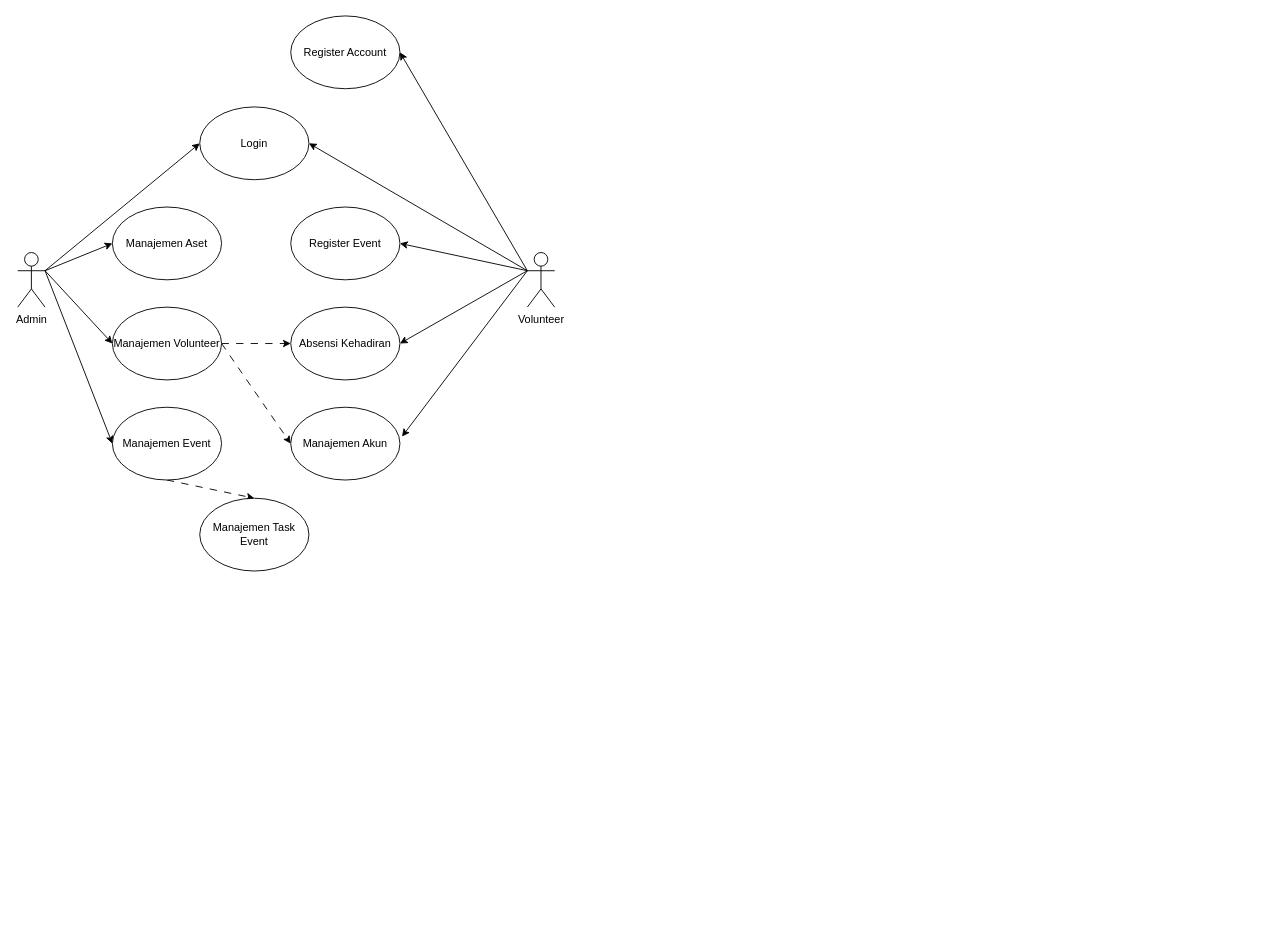
Earlier version of the draw.io diagram page "UseCase" (1 of 3) of diagram/Untitled Diagram.drawio (dzikfr/mpi). Source tidied: cells renumbered, new cells numbered last; positions are measured from the earlier drawing's top-left corner, leaving out a move shared by most shapes. Both pictures are drawn from the tidied source at 91%, with x=0, y=0 at pixel (17, 15).
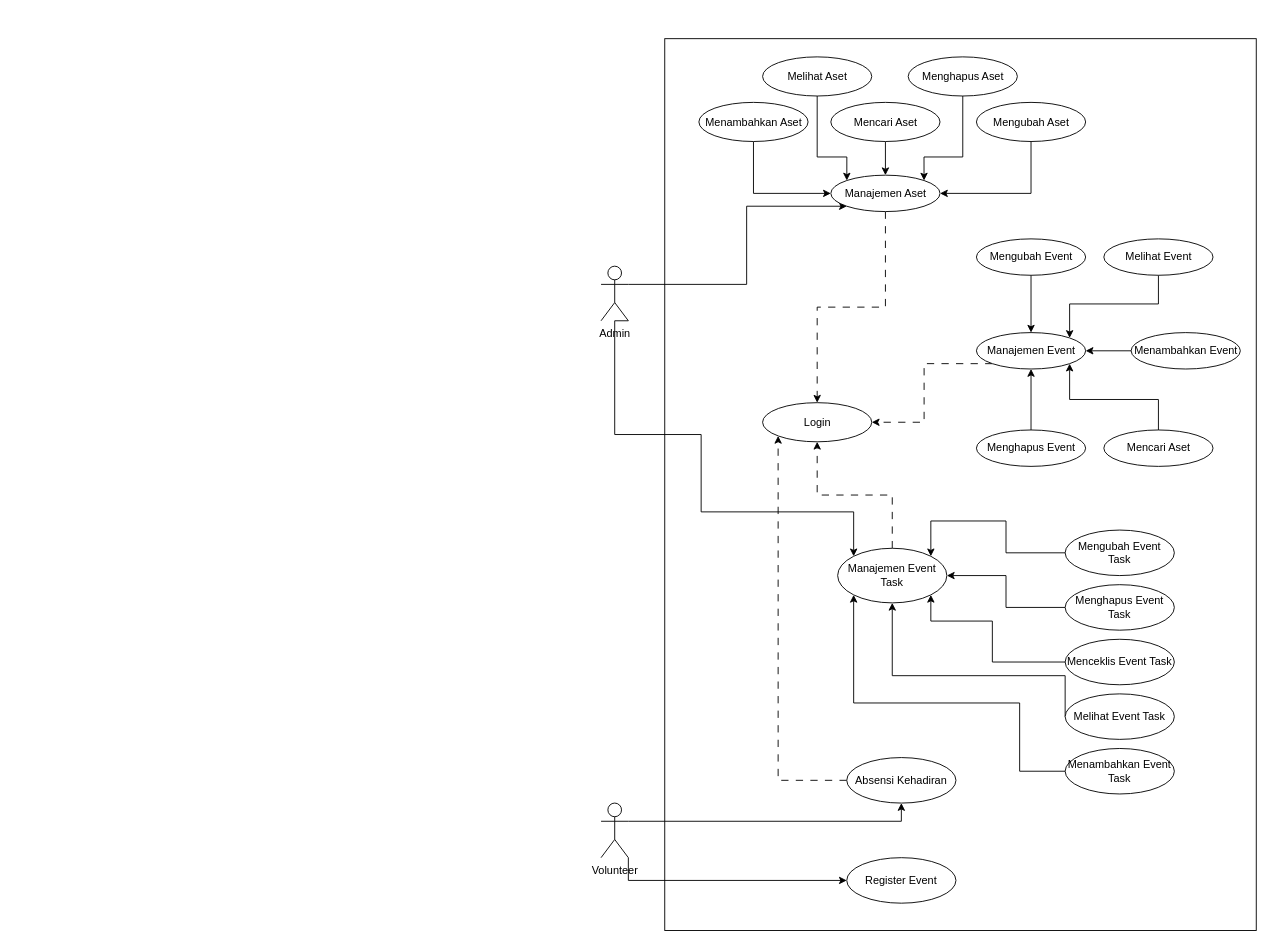
The same diagram, later.

Change to the diagram source:
```diff
@@
-    <mxCell id="2" style="rounded=0;jettySize=auto;html=1;exitX=1;exitY=0.3333333333333333;exitDx=0;exitDy=0;exitPerimeter=0;entryX=0;entryY=0.5;entryDx=0;entryDy=0;" parent="1" edge="1" source="6" target="13">
-      <mxGeometry relative="1" as="geometry" />
-    </mxCell>
+    <mxCell id="25" style="rounded=0;whiteSpace=wrap;html=1;fillColor=none;" parent="1" vertex="1">
+      <mxGeometry x="711" y="25" width="650" height="980" as="geometry" />
+    </mxCell>
-    <mxCell id="3" style="rounded=0;jettySize=auto;html=1;exitX=1;exitY=0.3333333333333333;exitDx=0;exitDy=0;exitPerimeter=0;entryX=0;entryY=0.5;entryDx=0;entryDy=0;" parent="1" edge="1" source="6" target="14">
-      <mxGeometry relative="1" as="geometry" />
+    <mxCell id="3" style="edgeStyle=orthogonalEdgeStyle;rounded=0;jettySize=auto;html=1;exitX=1;exitY=0.3333333333333333;exitDx=0;exitDy=0;exitPerimeter=0;entryX=0;entryY=1;entryDx=0;entryDy=0;" parent="1" edge="1" source="6" target="14">
+      <mxGeometry relative="1" as="geometry">
+        <Array as="points">
+          <mxPoint x="801" y="295" />
+          <mxPoint x="801" y="209" />
+        </Array>
+      </mxGeometry>
     </mxCell>
-    <mxCell id="4" style="rounded=0;jettySize=auto;html=1;exitX=1;exitY=0.3333333333333333;exitDx=0;exitDy=0;exitPerimeter=0;entryX=0;entryY=0.5;entryDx=0;entryDy=0;" parent="1" edge="1" source="6" target="16">
-      <mxGeometry relative="1" as="geometry" />
-    </mxCell>
-    <mxCell id="5" style="rounded=0;jettySize=auto;html=1;exitX=1;exitY=0.3333333333333333;exitDx=0;exitDy=0;exitPerimeter=0;entryX=0;entryY=0.5;entryDx=0;entryDy=0;" parent="1" edge="1" source="6" target="21">
-      <mxGeometry relative="1" as="geometry" />
-    </mxCell>
+    <mxCell id="26" style="edgeStyle=orthogonalEdgeStyle;rounded=0;jettySize=auto;html=1;exitX=1;exitY=1;exitDx=0;exitDy=0;exitPerimeter=0;entryX=0;entryY=0;entryDx=0;entryDy=0;" parent="1" edge="1" source="6" target="51">
+      <mxGeometry relative="1" as="geometry">
+        <Array as="points">
+          <mxPoint x="656" y="335" />
+          <mxPoint x="656" y="460" />
+          <mxPoint x="751" y="460" />
+          <mxPoint x="751" y="545" />
+          <mxPoint x="919" y="545" />
+        </Array>
+      </mxGeometry>
+    </mxCell>
     <mxCell id="6" value="Admin" style="shape=umlActor;verticalLabelPosition=bottom;verticalAlign=top;html=1;outlineConnect=0;" parent="1" vertex="1">
-      <mxGeometry y="260" width="30" height="60" as="geometry" />
+      <mxGeometry x="641" y="275" width="30" height="60" as="geometry" />
     </mxCell>
-    <mxCell id="7" style="rounded=0;jettySize=auto;html=1;exitX=0;exitY=0.3333333333333333;exitDx=0;exitDy=0;exitPerimeter=0;entryX=1;entryY=0.5;entryDx=0;entryDy=0;" parent="1" edge="1" source="11" target="12">
-      <mxGeometry relative="1" as="geometry" />
-    </mxCell>
-    <mxCell id="8" style="rounded=0;jettySize=auto;html=1;exitX=0;exitY=0.3333333333333333;exitDx=0;exitDy=0;exitPerimeter=0;entryX=1;entryY=0.5;entryDx=0;entryDy=0;" parent="1" edge="1" source="11" target="13">
-      <mxGeometry relative="1" as="geometry" />
-    </mxCell>
-    <mxCell id="9" style="rounded=0;jettySize=auto;html=1;exitX=0;exitY=0.3333333333333333;exitDx=0;exitDy=0;exitPerimeter=0;entryX=1;entryY=0.5;entryDx=0;entryDy=0;" parent="1" edge="1" source="11" target="17">
+    <mxCell id="9" style="edgeStyle=orthogonalEdgeStyle;rounded=0;jettySize=auto;html=1;exitX=1;exitY=1;exitDx=0;exitDy=0;exitPerimeter=0;entryX=0;entryY=0.5;entryDx=0;entryDy=0;" parent="1" edge="1" source="11" target="17">
       <mxGeometry relative="1" as="geometry" />
     </mxCell>
-    <mxCell id="10" style="rounded=0;jettySize=auto;html=1;exitX=0;exitY=0.3333333333333333;exitDx=0;exitDy=0;exitPerimeter=0;entryX=1;entryY=0.5;entryDx=0;entryDy=0;" parent="1" edge="1" source="11" target="18">
+    <mxCell id="10" style="edgeStyle=orthogonalEdgeStyle;rounded=0;jettySize=auto;html=1;exitX=1;exitY=0.3333333333333333;exitDx=0;exitDy=0;exitPerimeter=0;entryX=0.5;entryY=1;entryDx=0;entryDy=0;" parent="1" edge="1" source="11" target="18">
       <mxGeometry relative="1" as="geometry" />
     </mxCell>
     <mxCell id="11" value="Volunteer" style="shape=umlActor;verticalLabelPosition=bottom;verticalAlign=top;html=1;outlineConnect=0;" parent="1" vertex="1">
-      <mxGeometry x="560" y="260" width="30" height="60" as="geometry" />
+      <mxGeometry x="641" y="865" width="30" height="60" as="geometry" />
     </mxCell>
-    <mxCell id="12" value="Register Account" style="ellipse;whiteSpace=wrap;html=1;" parent="1" vertex="1">
-      <mxGeometry x="300" width="120" height="80" as="geometry" />
-    </mxCell>
     <mxCell id="13" value="Login" style="ellipse;whiteSpace=wrap;html=1;" parent="1" vertex="1">
-      <mxGeometry x="200" y="100" width="120" height="80" as="geometry" />
+      <mxGeometry x="818.5" y="425" width="120" height="43" as="geometry" />
     </mxCell>
+    <mxCell id="27" style="edgeStyle=orthogonalEdgeStyle;rounded=0;jettySize=auto;html=1;exitX=0.5;exitY=1;exitDx=0;exitDy=0;entryX=0.5;entryY=0;entryDx=0;entryDy=0;dashed=1;dashPattern=8 8;" parent="1" edge="1" source="14" target="13">
+      <mxGeometry relative="1" as="geometry" />
+    </mxCell>
     <mxCell id="14" value="Manajemen Aset" style="ellipse;whiteSpace=wrap;html=1;" parent="1" vertex="1">
-      <mxGeometry x="104" y="210" width="120" height="80" as="geometry" />
+      <mxGeometry x="893.5" y="175" width="120" height="40" as="geometry" />
     </mxCell>
-    <mxCell id="15" style="rounded=0;jettySize=auto;html=1;exitX=0.5;exitY=1;exitDx=0;exitDy=0;entryX=0.5;entryY=0;entryDx=0;entryDy=0;dashed=1;dashPattern=8 8;" parent="1" edge="1" source="16" target="24">
-      <mxGeometry relative="1" as="geometry" />
-    </mxCell>
+    <mxCell id="17" value="Register Event" style="ellipse;whiteSpace=wrap;html=1;" parent="1" vertex="1">
+      <mxGeometry x="911" y="925" width="120" height="50" as="geometry" />
+    </mxCell>
+    <mxCell id="28" style="edgeStyle=orthogonalEdgeStyle;rounded=0;jettySize=auto;html=1;exitX=0;exitY=0.5;exitDx=0;exitDy=0;entryX=0;entryY=1;entryDx=0;entryDy=0;dashed=1;dashPattern=8 8;" parent="1" edge="1" source="18" target="13">
+      <mxGeometry relative="1" as="geometry" />
+    </mxCell>
+    <mxCell id="18" value="Absensi Kehadiran" style="ellipse;whiteSpace=wrap;html=1;" parent="1" vertex="1">
+      <mxGeometry x="911" y="815" width="120" height="50" as="geometry" />
+    </mxCell>
+    <mxCell id="29" style="edgeStyle=orthogonalEdgeStyle;rounded=0;jettySize=auto;html=1;exitX=0.5;exitY=1;exitDx=0;exitDy=0;entryX=0;entryY=0.5;entryDx=0;entryDy=0;" parent="1" edge="1" source="30" target="14">
+      <mxGeometry relative="1" as="geometry" />
+    </mxCell>
+    <mxCell id="30" value="Menambahkan Aset" style="ellipse;whiteSpace=wrap;html=1;" parent="1" vertex="1">
+      <mxGeometry x="748.5" y="95" width="120" height="43" as="geometry" />
+    </mxCell>
+    <mxCell id="31" style="edgeStyle=orthogonalEdgeStyle;rounded=0;jettySize=auto;html=1;exitX=0.5;exitY=1;exitDx=0;exitDy=0;entryX=1;entryY=0.5;entryDx=0;entryDy=0;" parent="1" edge="1" source="32" target="14">
+      <mxGeometry relative="1" as="geometry" />
+    </mxCell>
+    <mxCell id="32" value="Mengubah Aset" style="ellipse;whiteSpace=wrap;html=1;" parent="1" vertex="1">
+      <mxGeometry x="1053.5" y="95" width="120" height="43" as="geometry" />
+    </mxCell>
+    <mxCell id="33" style="edgeStyle=orthogonalEdgeStyle;rounded=0;jettySize=auto;html=1;exitX=0.5;exitY=1;exitDx=0;exitDy=0;entryX=0;entryY=0;entryDx=0;entryDy=0;" parent="1" edge="1" source="34" target="14">
+      <mxGeometry relative="1" as="geometry">
+        <Array as="points">
+          <mxPoint x="878.5" y="155" />
+          <mxPoint x="911.5" y="155" />
+        </Array>
+      </mxGeometry>
+    </mxCell>
+    <mxCell id="34" value="Melihat Aset" style="ellipse;whiteSpace=wrap;html=1;" parent="1" vertex="1">
+      <mxGeometry x="818.5" y="45" width="120" height="43" as="geometry" />
+    </mxCell>
+    <mxCell id="35" style="edgeStyle=orthogonalEdgeStyle;rounded=0;jettySize=auto;html=1;exitX=0.5;exitY=1;exitDx=0;exitDy=0;entryX=1;entryY=0;entryDx=0;entryDy=0;" parent="1" edge="1" source="36" target="14">
+      <mxGeometry relative="1" as="geometry">
+        <Array as="points">
+          <mxPoint x="1038.5" y="155" />
+          <mxPoint x="995.5" y="155" />
+        </Array>
+      </mxGeometry>
+    </mxCell>
+    <mxCell id="36" value="Menghapus Aset" style="ellipse;whiteSpace=wrap;html=1;" parent="1" vertex="1">
+      <mxGeometry x="978.5" y="45" width="120" height="43" as="geometry" />
+    </mxCell>
+    <mxCell id="37" style="edgeStyle=orthogonalEdgeStyle;rounded=0;jettySize=auto;html=1;exitX=0.5;exitY=1;exitDx=0;exitDy=0;entryX=0.5;entryY=0;entryDx=0;entryDy=0;" parent="1" edge="1" source="38" target="14">
+      <mxGeometry relative="1" as="geometry" />
+    </mxCell>
+    <mxCell id="38" value="Mencari Aset" style="ellipse;whiteSpace=wrap;html=1;" parent="1" vertex="1">
+      <mxGeometry x="893.5" y="95" width="120" height="43" as="geometry" />
+    </mxCell>
+    <mxCell id="39" style="edgeStyle=orthogonalEdgeStyle;rounded=0;jettySize=auto;html=1;exitX=0;exitY=1;exitDx=0;exitDy=0;entryX=1;entryY=0.5;entryDx=0;entryDy=0;dashed=1;dashPattern=8 8;" parent="1" edge="1" source="16" target="13">
+      <mxGeometry relative="1" as="geometry" />
+    </mxCell>
     <mxCell id="16" value="Manajemen Event" style="ellipse;whiteSpace=wrap;html=1;" parent="1" vertex="1">
-      <mxGeometry x="104" y="430" width="120" height="80" as="geometry" />
+      <mxGeometry x="1053.5" y="348" width="120" height="40" as="geometry" />
     </mxCell>
-    <mxCell id="17" value="Register Event" style="ellipse;whiteSpace=wrap;html=1;" parent="1" vertex="1">
-      <mxGeometry x="300" y="210" width="120" height="80" as="geometry" />
-    </mxCell>
-    <mxCell id="18" value="Absensi Kehadiran" style="ellipse;whiteSpace=wrap;html=1;" parent="1" vertex="1">
-      <mxGeometry x="300" y="320" width="120" height="80" as="geometry" />
-    </mxCell>
-    <mxCell id="19" style="rounded=0;jettySize=auto;html=1;exitX=1;exitY=0.5;exitDx=0;exitDy=0;entryX=0;entryY=0.5;entryDx=0;entryDy=0;dashed=1;dashPattern=8 8;" parent="1" edge="1" source="21" target="18">
-      <mxGeometry relative="1" as="geometry" />
-    </mxCell>
-    <mxCell id="20" style="rounded=0;jettySize=auto;html=1;exitX=1;exitY=0.5;exitDx=0;exitDy=0;entryX=0;entryY=0.5;entryDx=0;entryDy=0;dashed=1;dashPattern=8 8;" parent="1" edge="1" source="21" target="22">
-      <mxGeometry relative="1" as="geometry" />
-    </mxCell>
-    <mxCell id="21" value="Manajemen Volunteer" style="ellipse;whiteSpace=wrap;html=1;" parent="1" vertex="1">
-      <mxGeometry x="104" y="320" width="120" height="80" as="geometry" />
-    </mxCell>
-    <mxCell id="22" value="Manajemen Akun" style="ellipse;whiteSpace=wrap;html=1;" parent="1" vertex="1">
-      <mxGeometry x="300" y="430" width="120" height="80" as="geometry" />
-    </mxCell>
-    <mxCell id="23" style="rounded=0;jettySize=auto;html=1;exitX=0;exitY=0.3333333333333333;exitDx=0;exitDy=0;exitPerimeter=0;entryX=1.019;entryY=0.403;entryDx=0;entryDy=0;entryPerimeter=0;" parent="1" edge="1" source="11" target="22">
-      <mxGeometry relative="1" as="geometry" />
-    </mxCell>
-    <mxCell id="24" value="Manajemen Task Event" style="ellipse;whiteSpace=wrap;html=1;" parent="1" vertex="1">
-      <mxGeometry x="200" y="530" width="120" height="80" as="geometry" />
-    </mxCell>
+    <mxCell id="40" style="edgeStyle=orthogonalEdgeStyle;rounded=0;jettySize=auto;html=1;exitX=0;exitY=0.5;exitDx=0;exitDy=0;entryX=1;entryY=0.5;entryDx=0;entryDy=0;" parent="1" edge="1" source="41" target="16">
+      <mxGeometry relative="1" as="geometry" />
+    </mxCell>
+    <mxCell id="41" value="Menambahkan Event" style="ellipse;whiteSpace=wrap;html=1;" parent="1" vertex="1">
+      <mxGeometry x="1223.5" y="348" width="120" height="40" as="geometry" />
+    </mxCell>
+    <mxCell id="42" style="edgeStyle=orthogonalEdgeStyle;rounded=0;jettySize=auto;html=1;exitX=0.5;exitY=1;exitDx=0;exitDy=0;entryX=0.5;entryY=0;entryDx=0;entryDy=0;" parent="1" edge="1" source="43" target="16">
+      <mxGeometry relative="1" as="geometry" />
+    </mxCell>
+    <mxCell id="43" value="Mengubah Event" style="ellipse;whiteSpace=wrap;html=1;" parent="1" vertex="1">
+      <mxGeometry x="1053.5" y="245" width="120" height="40" as="geometry" />
+    </mxCell>
+    <mxCell id="44" style="edgeStyle=orthogonalEdgeStyle;rounded=0;jettySize=auto;html=1;exitX=0.5;exitY=1;exitDx=0;exitDy=0;entryX=1;entryY=0;entryDx=0;entryDy=0;" parent="1" edge="1" source="45" target="16">
+      <mxGeometry relative="1" as="geometry" />
+    </mxCell>
+    <mxCell id="45" value="Melihat Event" style="ellipse;whiteSpace=wrap;html=1;" parent="1" vertex="1">
+      <mxGeometry x="1193.5" y="245" width="120" height="40" as="geometry" />
+    </mxCell>
+    <mxCell id="46" style="edgeStyle=orthogonalEdgeStyle;rounded=0;jettySize=auto;html=1;exitX=0.5;exitY=0;exitDx=0;exitDy=0;entryX=0.5;entryY=1;entryDx=0;entryDy=0;" parent="1" edge="1" source="47" target="16">
+      <mxGeometry relative="1" as="geometry" />
+    </mxCell>
+    <mxCell id="47" value="Menghapus Event" style="ellipse;whiteSpace=wrap;html=1;" parent="1" vertex="1">
+      <mxGeometry x="1053.5" y="455" width="120" height="40" as="geometry" />
+    </mxCell>
+    <mxCell id="48" style="edgeStyle=orthogonalEdgeStyle;rounded=0;jettySize=auto;html=1;exitX=0.5;exitY=0;exitDx=0;exitDy=0;entryX=1;entryY=1;entryDx=0;entryDy=0;" parent="1" edge="1" source="49" target="16">
+      <mxGeometry relative="1" as="geometry" />
+    </mxCell>
+    <mxCell id="49" value="Mencari Aset" style="ellipse;whiteSpace=wrap;html=1;" parent="1" vertex="1">
+      <mxGeometry x="1193.5" y="455" width="120" height="40" as="geometry" />
+    </mxCell>
+    <mxCell id="50" style="edgeStyle=orthogonalEdgeStyle;rounded=0;jettySize=auto;html=1;exitX=0.5;exitY=0;exitDx=0;exitDy=0;entryX=0.5;entryY=1;entryDx=0;entryDy=0;dashed=1;dashPattern=8 8;" parent="1" edge="1" source="51" target="13">
+      <mxGeometry relative="1" as="geometry" />
+    </mxCell>
+    <mxCell id="51" value="Manajemen Event Task" style="ellipse;whiteSpace=wrap;html=1;" parent="1" vertex="1">
+      <mxGeometry x="901" y="585" width="120" height="60" as="geometry" />
+    </mxCell>
+    <mxCell id="52" style="edgeStyle=orthogonalEdgeStyle;rounded=0;jettySize=auto;html=1;exitX=0;exitY=0.5;exitDx=0;exitDy=0;entryX=0;entryY=1;entryDx=0;entryDy=0;" parent="1" edge="1" source="53" target="51">
+      <mxGeometry relative="1" as="geometry">
+        <Array as="points">
+          <mxPoint x="1101" y="830" />
+          <mxPoint x="1101" y="755" />
+          <mxPoint x="919" y="755" />
+        </Array>
+      </mxGeometry>
+    </mxCell>
+    <mxCell id="53" value="Menambahkan Event Task" style="ellipse;whiteSpace=wrap;html=1;" parent="1" vertex="1">
+      <mxGeometry x="1151" y="805" width="120" height="50" as="geometry" />
+    </mxCell>
+    <mxCell id="54" style="edgeStyle=orthogonalEdgeStyle;rounded=0;jettySize=auto;html=1;exitX=0;exitY=0.5;exitDx=0;exitDy=0;entryX=1;entryY=0;entryDx=0;entryDy=0;" parent="1" edge="1" source="55" target="51">
+      <mxGeometry relative="1" as="geometry">
+        <Array as="points">
+          <mxPoint x="1086" y="590" />
+          <mxPoint x="1086" y="555" />
+          <mxPoint x="1003" y="555" />
+        </Array>
+      </mxGeometry>
+    </mxCell>
+    <mxCell id="55" value="Mengubah Event Task" style="ellipse;whiteSpace=wrap;html=1;" parent="1" vertex="1">
+      <mxGeometry x="1151" y="565" width="120" height="50" as="geometry" />
+    </mxCell>
+    <mxCell id="56" style="edgeStyle=orthogonalEdgeStyle;rounded=0;jettySize=auto;html=1;exitX=0;exitY=0.5;exitDx=0;exitDy=0;entryX=0.5;entryY=1;entryDx=0;entryDy=0;" parent="1" edge="1" source="57" target="51">
+      <mxGeometry relative="1" as="geometry">
+        <Array as="points">
+          <mxPoint x="1151" y="725" />
+          <mxPoint x="961" y="725" />
+        </Array>
+      </mxGeometry>
+    </mxCell>
+    <mxCell id="57" value="Melihat Event Task" style="ellipse;whiteSpace=wrap;html=1;" parent="1" vertex="1">
+      <mxGeometry x="1151" y="745" width="120" height="50" as="geometry" />
+    </mxCell>
+    <mxCell id="58" style="edgeStyle=orthogonalEdgeStyle;rounded=0;jettySize=auto;html=1;exitX=0;exitY=0.5;exitDx=0;exitDy=0;entryX=1;entryY=0.5;entryDx=0;entryDy=0;" parent="1" edge="1" source="59" target="51">
+      <mxGeometry relative="1" as="geometry" />
+    </mxCell>
+    <mxCell id="59" value="Menghapus Event Task" style="ellipse;whiteSpace=wrap;html=1;" parent="1" vertex="1">
+      <mxGeometry x="1151" y="625" width="120" height="50" as="geometry" />
+    </mxCell>
+    <mxCell id="60" style="edgeStyle=orthogonalEdgeStyle;rounded=0;jettySize=auto;html=1;exitX=0;exitY=0.5;exitDx=0;exitDy=0;entryX=1;entryY=1;entryDx=0;entryDy=0;" parent="1" edge="1" source="61" target="51">
+      <mxGeometry relative="1" as="geometry">
+        <Array as="points">
+          <mxPoint x="1071" y="710" />
+          <mxPoint x="1071" y="665" />
+          <mxPoint x="1003" y="665" />
+        </Array>
+      </mxGeometry>
+    </mxCell>
+    <mxCell id="61" value="Menceklis Event Task" style="ellipse;whiteSpace=wrap;html=1;" parent="1" vertex="1">
+      <mxGeometry x="1151" y="685" width="120" height="50" as="geometry" />
+    </mxCell>
```
